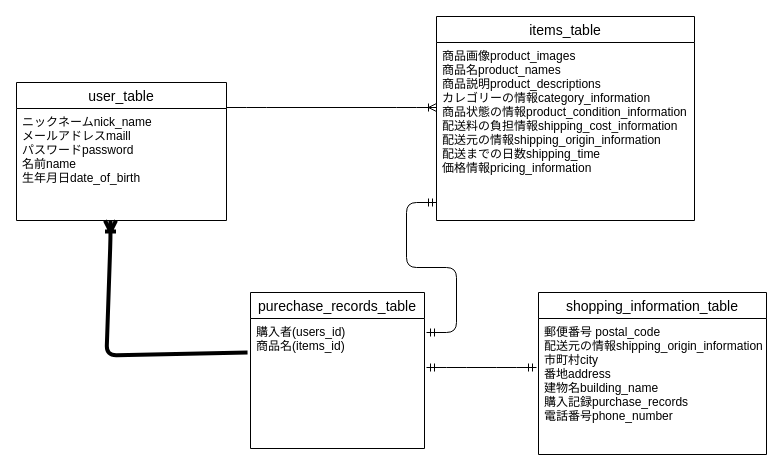
Before: furima.dio in akixxxxx/furima-41469, a draw.io diagram. Source tidied: cells renumbered, new cells numbered last; positions are measured from the earlier drawing's top-left corner, leaving out a move shared by most shapes. Both pictures are drawn from the tidied source at 100%, with x=0, y=0 at pixel (16, 16).
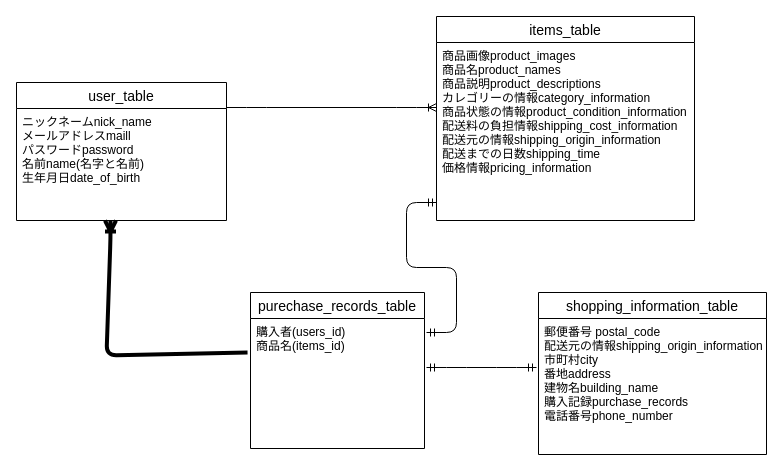
Above is the later version.

Commit message (it also covers changes not shown here):
ER図とREADMEの修正4

Change to the diagram source:
```diff
@@
 <mxGraphModel>
   <root>
     <mxCell id="0" />
     <mxCell id="1" parent="0" />
     <mxCell id="2" style="edgeStyle=entityRelationEdgeStyle;fontSize=12;html=1;endArrow=ERoneToMany;exitX=1;exitY=0.5;exitDx=0;exitDy=0;entryX=0;entryY=0.5;entryDx=0;entryDy=0;endFill=0;" parent="1" edge="1">
       <mxGeometry relative="1" as="geometry">
         <mxPoint x="210" y="91" as="sourcePoint" />
         <mxPoint x="420" y="91" as="targetPoint" />
       </mxGeometry>
     </mxCell>
     <mxCell id="3" style="edgeStyle=none;html=1;exitX=-0.017;exitY=0.262;exitDx=0;exitDy=0;endArrow=ERoneToMany;endFill=0;strokeWidth=4;rounded=1;strokeColor=default;exitPerimeter=0;" parent="1" edge="1" source="11">
       <mxGeometry relative="1" as="geometry">
         <mxPoint x="94" y="204" as="targetPoint" />
         <Array as="points">
           <mxPoint x="90" y="339" />
           <mxPoint x="94" y="222" />
         </Array>
       </mxGeometry>
     </mxCell>
     <mxCell id="4" style="edgeStyle=entityRelationEdgeStyle;fontSize=12;html=1;endArrow=ERmandOne;startArrow=ERmandOne;exitX=1;exitY=0.5;exitDx=0;exitDy=0;entryX=0;entryY=0.5;entryDx=0;entryDy=0;" parent="1" edge="1">
       <mxGeometry relative="1" as="geometry">
         <mxPoint x="410" y="351" as="sourcePoint" />
         <mxPoint x="520" y="351" as="targetPoint" />
       </mxGeometry>
     </mxCell>
     <mxCell id="5" style="edgeStyle=entityRelationEdgeStyle;fontSize=12;html=1;endArrow=ERmandOne;startArrow=ERmandOne;entryX=0;entryY=0.5;entryDx=0;entryDy=0;" parent="1" edge="1">
       <mxGeometry relative="1" as="geometry">
         <mxPoint x="410" y="316" as="sourcePoint" />
         <mxPoint x="420" y="186" as="targetPoint" />
       </mxGeometry>
     </mxCell>
     <mxCell id="6" value="user_table" style="swimlane;fontStyle=0;horizontal=1;startSize=26;align=center;fontSize=14;" parent="1" vertex="1">
       <mxGeometry y="66" width="210" height="138" as="geometry" />
     </mxCell>
-    <mxCell id="7" value="ニックネームnick_name&#10;メールアドレスmaill&#10;パスワードpassword&#10;名前name&#10;生年月日date_of_birth&#10;" style="text;strokeColor=none;fillColor=none;spacingLeft=4;spacingRight=4;overflow=hidden;fontSize=12;" parent="6" vertex="1">
+    <mxCell id="7" value="ニックネームnick_name&#10;メールアドレスmaill&#10;パスワードpassword&#10;名前name(名字と名前)&#10;生年月日date_of_birth&#10;" style="text;strokeColor=none;fillColor=none;spacingLeft=4;spacingRight=4;overflow=hidden;fontSize=12;" parent="6" vertex="1">
       <mxGeometry y="26" width="210" height="112" as="geometry" />
     </mxCell>
     <mxCell id="8" value="items_table" style="swimlane;fontStyle=0;horizontal=1;startSize=26;align=center;fontSize=14;" parent="1" vertex="1">
       <mxGeometry x="420" width="258" height="204" as="geometry" />
     </mxCell>
     <mxCell id="9" value="商品画像product_images&#10;商品名product_names&#10;商品説明product_descriptions&#10;カレゴリーの情報category_information&#10;商品状態の情報product_condition_information&#10;配送料の負担情報shipping_cost_information&#10;配送元の情報shipping_origin_information&#10;配送までの日数shipping_time&#10;価格情報pricing_information&#10;" style="text;strokeColor=none;fillColor=none;spacingLeft=4;spacingRight=4;overflow=hidden;fontSize=12;" parent="8" vertex="1">
       <mxGeometry y="26" width="258" height="178" as="geometry" />
     </mxCell>
     <mxCell id="10" value="purechase_records_table" style="swimlane;fontStyle=0;horizontal=1;startSize=26;align=center;fontSize=14;" parent="1" vertex="1">
       <mxGeometry x="234" y="276" width="174" height="156" as="geometry" />
     </mxCell>
     <mxCell id="11" value="購入者(users_id)&#10;商品名(items_id)&#10;" style="text;strokeColor=none;fillColor=none;spacingLeft=4;spacingRight=4;overflow=hidden;points=[[0,0.5],[1,0.5]];portConstraint=eastwest;fontSize=12;" parent="10" vertex="1">
       <mxGeometry y="26" width="174" height="130" as="geometry" />
     </mxCell>
     <mxCell id="12" value="shopping_information_table" style="swimlane;fontStyle=0;horizontal=1;startSize=26;align=center;fontSize=14;" parent="1" vertex="1">
       <mxGeometry x="522" y="276" width="228" height="162" as="geometry" />
     </mxCell>
     <mxCell id="13" value="郵便番号 postal_code&#10;配送元の情報shipping_origin_information&#10;市町村city&#10;番地address&#10;建物名building_name&#10;購入記録purchase_records&#10;電話番号phone_number&#10;" style="text;strokeColor=none;fillColor=none;spacingLeft=4;spacingRight=4;overflow=hidden;fontSize=12;" parent="12" vertex="1">
       <mxGeometry y="26" width="228" height="136" as="geometry" />
     </mxCell>
   </root>
 </mxGraphModel>
```
